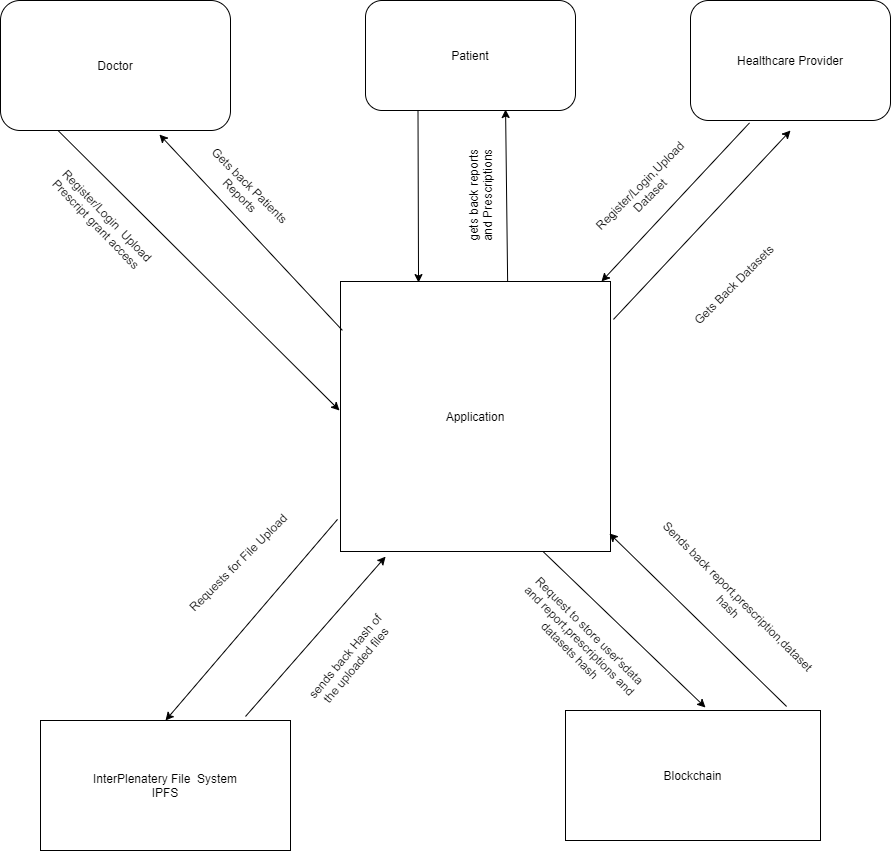
Earlier version of the draw.io export Untitled Diagram.png (Aniket1298/Codes). Source tidied: cells renumbered, new cells last; positions are measured from the earlier drawing's top-left corner, leaving out a move shared by most shapes.
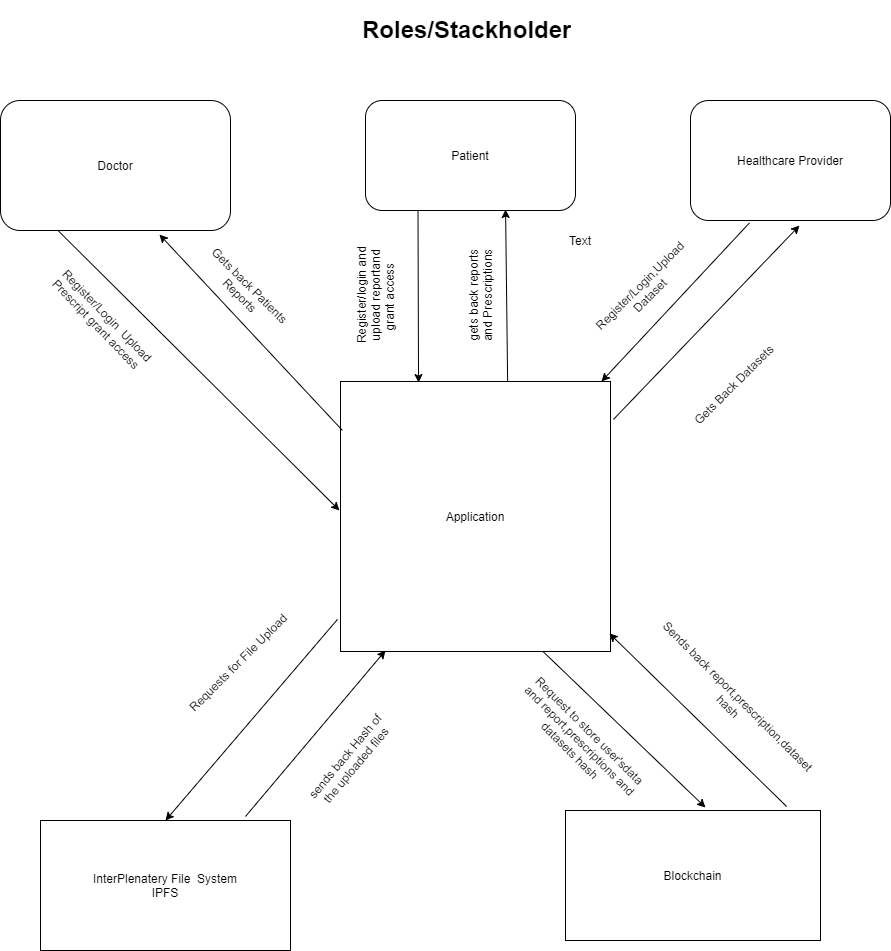
Above is the later version.

What changed in the source:
```diff
@@ -46,16 +46,16 @@
     <mxCell id="15" value="Register/Login,Upload Dataset" style="text;html=1;strokeColor=none;fillColor=none;align=center;verticalAlign=middle;whiteSpace=wrap;rounded=0;rotation=-45;" parent="1" vertex="1">
       <mxGeometry x="580" y="165" width="128.5" height="50" as="geometry" />
     </mxCell>
-    <mxCell id="16" style="endArrow=classic;html=1;exitX=0;exitY=0;exitDx=0;exitDy=0;" parent="1" edge="1" source="17">
-      <mxGeometry relative="1" as="geometry">
-        <mxPoint x="790" y="130" as="targetPoint" />
-      </mxGeometry>
+    <mxCell id="16" style="endArrow=classic;html=1;exitX=0;exitY=0;exitDx=0;exitDy=0;entryX=0.545;entryY=1.042;entryDx=0;entryDy=0;entryPerimeter=0;" parent="1" edge="1" source="17" target="3">
+      <mxGeometry relative="1" as="geometry" />
     </mxCell>
     <mxCell id="17" value="Gets Back Datasets" style="text;html=1;strokeColor=none;fillColor=none;align=center;verticalAlign=middle;whiteSpace=wrap;rounded=0;rotation=-45;" parent="1" vertex="1">
       <mxGeometry x="623.2" y="223.5" width="220" height="120" as="geometry" />
     </mxCell>
-    <mxCell id="18" style="endArrow=classic;html=1;exitX=0.82;exitY=-0.031;exitDx=0;exitDy=0;exitPerimeter=0;entryX=0.167;entryY=1.019;entryDx=0;entryDy=0;entryPerimeter=0;" parent="1" edge="1" source="6" target="5">
-      <mxGeometry relative="1" as="geometry" />
+    <mxCell id="18" style="endArrow=classic;html=1;exitX=0.82;exitY=-0.031;exitDx=0;exitDy=0;exitPerimeter=0;" parent="1" edge="1" source="6">
+      <mxGeometry relative="1" as="geometry">
+        <mxPoint x="385" y="550" as="targetPoint" />
+      </mxGeometry>
     </mxCell>
     <mxCell id="19" style="endArrow=classic;html=1;entryX=0.5;entryY=0;entryDx=0;entryDy=0;exitX=-0.011;exitY=0.881;exitDx=0;exitDy=0;exitPerimeter=0;" parent="1" edge="1" source="5" target="6">
       <mxGeometry relative="1" as="geometry" />
@@ -81,5 +81,14 @@
     <mxCell id="26" value="sends back Hash of the uploaded files" style="text;html=1;strokeColor=none;fillColor=none;align=center;verticalAlign=middle;whiteSpace=wrap;rounded=0;rotation=-50;" parent="1" vertex="1">
       <mxGeometry x="290" y="630" width="120" height="60" as="geometry" />
     </mxCell>
+    <mxCell id="27" value="Text" style="text;html=1;strokeColor=none;fillColor=none;align=center;verticalAlign=middle;whiteSpace=wrap;rounded=0;" parent="1" vertex="1">
+      <mxGeometry x="560" y="130" width="40" height="20" as="geometry" />
+    </mxCell>
+    <mxCell id="28" value="Register/login and upload reportand grant access&amp;nbsp;" style="text;html=1;strokeColor=none;fillColor=none;align=center;verticalAlign=middle;whiteSpace=wrap;rounded=0;rotation=-90;" parent="1" vertex="1">
+      <mxGeometry x="320" y="165" width="110" height="60" as="geometry" />
+    </mxCell>
+    <mxCell id="29" value="&lt;h1&gt;Roles/Stackholder&lt;/h1&gt;&lt;p&gt;&lt;br&gt;&lt;/p&gt;" style="text;html=1;strokeColor=none;fillColor=none;spacing=5;spacingTop=-20;whiteSpace=wrap;overflow=hidden;rounded=0;" parent="1" vertex="1">
+      <mxGeometry x="356.6" y="-90" width="236.8" height="120" as="geometry" />
+    </mxCell>
   </root>
 </mxGraphModel>
```
